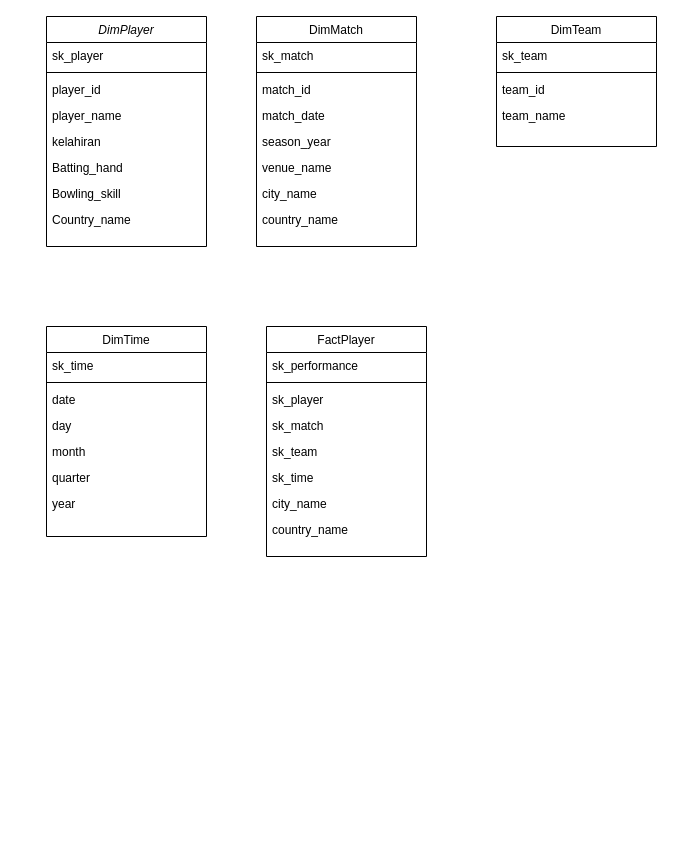
xturus138/SkemaDatawarehouse keeps this draw.io diagram as datawarehouse_diagram.drawio. Above is the earlier version. Source tidied: cells renumbered, new cells numbered last; positions are measured from the earlier drawing's top-left corner, leaving out a move shared by most shapes. Both pictures are drawn from the tidied source at 100%, with x=0, y=0 at pixel (46, 16).
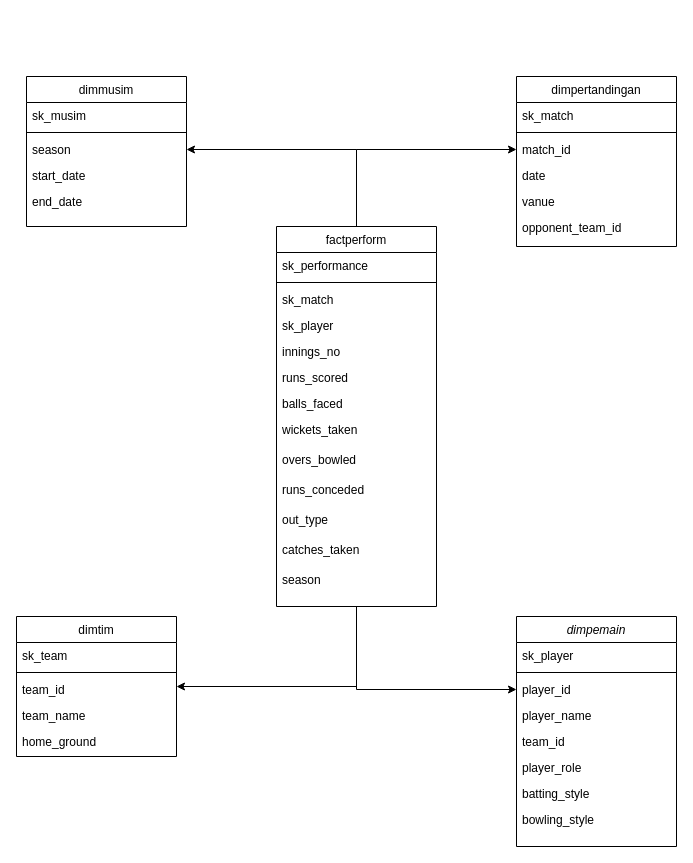
After the change.

Unchanged cells that the change refers to:
```xml
<mxCell id="5" value="player_id" style="text;align=left;verticalAlign=top;spacingLeft=4;spacingRight=4;overflow=hidden;points=[[0,0.5],[1,0.5]];portConstraint=eastwest;" parent="2" vertex="1">
  <mxGeometry y="60" width="160" height="26" as="geometry" />
</mxCell>
<mxCell id="14" value="match_id" style="text;align=left;verticalAlign=top;spacingLeft=4;spacingRight=4;overflow=hidden;points=[[0,0.5],[1,0.5]];portConstraint=eastwest;" parent="11" vertex="1">
  <mxGeometry y="60" width="160" height="26" as="geometry" />
</mxCell>
```

What changed in the source:
```diff
@@
-    <mxCell id="2" value="DimPlayer" style="swimlane;fontStyle=2;align=center;verticalAlign=top;horizontal=1;startSize=26;rounded=0;shadow=0;strokeWidth=1;" parent="1" vertex="1">
-      <mxGeometry width="160" height="230" as="geometry" />
+    <mxCell id="2" value="dimpemain" style="swimlane;fontStyle=2;align=center;verticalAlign=top;horizontal=1;startSize=26;rounded=0;shadow=0;strokeWidth=1;" parent="1" vertex="1">
+      <mxGeometry x="470" y="600" width="160" height="230" as="geometry" />
     </mxCell>
@@
-    <mxCell id="7" value="kelahiran" style="text;align=left;verticalAlign=top;spacingLeft=4;spacingRight=4;overflow=hidden;" parent="2" vertex="1">
+    <mxCell id="7" value="team_id" style="text;align=left;verticalAlign=top;spacingLeft=4;spacingRight=4;overflow=hidden;" parent="2" vertex="1">
       <mxGeometry y="112" width="160" height="26" as="geometry" />
     </mxCell>
-    <mxCell id="8" value="Batting_hand" style="text;align=left;verticalAlign=top;spacingLeft=4;spacingRight=4;overflow=hidden;" parent="2" vertex="1">
+    <mxCell id="8" value="player_role" style="text;align=left;verticalAlign=top;spacingLeft=4;spacingRight=4;overflow=hidden;" parent="2" vertex="1">
       <mxGeometry y="138" width="160" height="26" as="geometry" />
     </mxCell>
-    <mxCell id="9" value="Bowling_skill" style="text;align=left;verticalAlign=top;spacingLeft=4;spacingRight=4;overflow=hidden;" parent="2" vertex="1">
+    <mxCell id="9" value="batting_style" style="text;align=left;verticalAlign=top;spacingLeft=4;spacingRight=4;overflow=hidden;" parent="2" vertex="1">
       <mxGeometry y="164" width="160" height="26" as="geometry" />
     </mxCell>
-    <mxCell id="10" value="Country_name" style="text;align=left;verticalAlign=top;spacingLeft=4;spacingRight=4;overflow=hidden;" parent="2" vertex="1">
+    <mxCell id="10" value="bowling_style" style="text;align=left;verticalAlign=top;spacingLeft=4;spacingRight=4;overflow=hidden;" parent="2" vertex="1">
       <mxGeometry y="190" width="160" height="26" as="geometry" />
     </mxCell>
-    <mxCell id="11" value="DimMatch" style="swimlane;fontStyle=0;align=center;verticalAlign=top;horizontal=1;startSize=26;rounded=0;shadow=0;strokeWidth=1;" parent="1" vertex="1">
-      <mxGeometry x="210" width="160" height="230" as="geometry" />
+    <mxCell id="11" value="dimpertandingan" style="swimlane;fontStyle=0;align=center;verticalAlign=top;horizontal=1;startSize=26;rounded=0;shadow=0;strokeWidth=1;" parent="1" vertex="1">
+      <mxGeometry x="470" y="60" width="160" height="170" as="geometry" />
     </mxCell>
@@
-    <mxCell id="15" value="match_date" style="text;align=left;verticalAlign=top;spacingLeft=4;spacingRight=4;overflow=hidden;" parent="11" vertex="1">
+    <mxCell id="15" value="date" style="text;align=left;verticalAlign=top;spacingLeft=4;spacingRight=4;overflow=hidden;" parent="11" vertex="1">
       <mxGeometry y="86" width="160" height="26" as="geometry" />
     </mxCell>
-    <mxCell id="16" value="season_year" style="text;align=left;verticalAlign=top;spacingLeft=4;spacingRight=4;overflow=hidden;" parent="11" vertex="1">
-      <mxGeometry y="112" width="160" height="26" as="geometry" />
-    </mxCell>
-    <mxCell id="17" value="venue_name" style="text;align=left;verticalAlign=top;spacingLeft=4;spacingRight=4;overflow=hidden;" parent="11" vertex="1">
-      <mxGeometry y="138" width="160" height="26" as="geometry" />
+    <mxCell id="17" value="vanue" style="text;align=left;verticalAlign=top;spacingLeft=4;spacingRight=4;overflow=hidden;" parent="11" vertex="1">
+      <mxGeometry y="112" width="160" height="26" as="geometry" />
     </mxCell>
-    <mxCell id="18" value="city_name" style="text;align=left;verticalAlign=top;spacingLeft=4;spacingRight=4;overflow=hidden;" parent="11" vertex="1">
-      <mxGeometry y="164" width="160" height="26" as="geometry" />
+    <mxCell id="18" value="opponent_team_id" style="text;align=left;verticalAlign=top;spacingLeft=4;spacingRight=4;overflow=hidden;" parent="11" vertex="1">
+      <mxGeometry y="138" width="160" height="26" as="geometry" />
     </mxCell>
-    <mxCell id="19" value="country_name" style="text;align=left;verticalAlign=top;spacingLeft=4;spacingRight=4;overflow=hidden;" parent="11" vertex="1">
-      <mxGeometry y="190" width="160" height="40" as="geometry" />
-    </mxCell>
-    <mxCell id="20" value="DimTeam" style="swimlane;fontStyle=0;align=center;verticalAlign=top;horizontal=1;startSize=26;rounded=0;shadow=0;strokeWidth=1;" parent="1" vertex="1">
-      <mxGeometry x="450" width="160" height="130" as="geometry" />
+    <mxCell id="20" value="dimtim" style="swimlane;fontStyle=0;align=center;verticalAlign=top;horizontal=1;startSize=26;rounded=0;shadow=0;strokeWidth=1;" parent="1" vertex="1">
+      <mxGeometry x="-30" y="600" width="160" height="140" as="geometry" />
     </mxCell>
@@
+    <mxCell id="42" value="home_ground" style="text;align=left;verticalAlign=top;spacingLeft=4;spacingRight=4;overflow=hidden;" parent="20" vertex="1">
+      <mxGeometry y="112" width="160" height="28" as="geometry" />
+    </mxCell>
-    <mxCell id="25" value="DimTime" style="swimlane;fontStyle=0;align=center;verticalAlign=top;horizontal=1;startSize=26;rounded=0;shadow=0;strokeWidth=1;" parent="1" vertex="1">
-      <mxGeometry y="310" width="160" height="210" as="geometry" />
+    <mxCell id="25" value="dimmusim" style="swimlane;fontStyle=0;align=center;verticalAlign=top;horizontal=1;startSize=26;rounded=0;shadow=0;strokeWidth=1;" parent="1" vertex="1">
+      <mxGeometry x="-20" y="60" width="160" height="150" as="geometry" />
     </mxCell>
-    <mxCell id="26" value="sk_time" style="text;align=left;verticalAlign=top;spacingLeft=4;spacingRight=4;overflow=hidden;" parent="25" vertex="1">
+    <mxCell id="26" value="sk_musim" style="text;align=left;verticalAlign=top;spacingLeft=4;spacingRight=4;overflow=hidden;" parent="25" vertex="1">
       <mxGeometry y="26" width="160" height="26" as="geometry" />
     </mxCell>
@@
-    <mxCell id="28" value="date" style="text;align=left;verticalAlign=top;spacingLeft=4;spacingRight=4;overflow=hidden;points=[[0,0.5],[1,0.5]];portConstraint=eastwest;" parent="25" vertex="1">
+    <mxCell id="28" value="season" style="text;align=left;verticalAlign=top;spacingLeft=4;spacingRight=4;overflow=hidden;points=[[0,0.5],[1,0.5]];portConstraint=eastwest;" parent="25" vertex="1">
       <mxGeometry y="60" width="160" height="26" as="geometry" />
     </mxCell>
-    <mxCell id="29" value="day" style="text;align=left;verticalAlign=top;spacingLeft=4;spacingRight=4;overflow=hidden;" parent="25" vertex="1">
+    <mxCell id="29" value="start_date" style="text;align=left;verticalAlign=top;spacingLeft=4;spacingRight=4;overflow=hidden;" parent="25" vertex="1">
       <mxGeometry y="86" width="160" height="26" as="geometry" />
     </mxCell>
-    <mxCell id="30" value="month" style="text;align=left;verticalAlign=top;spacingLeft=4;spacingRight=4;overflow=hidden;" parent="25" vertex="1">
+    <mxCell id="30" value="end_date" style="text;align=left;verticalAlign=top;spacingLeft=4;spacingRight=4;overflow=hidden;" parent="25" vertex="1">
       <mxGeometry y="112" width="160" height="26" as="geometry" />
     </mxCell>
-    <mxCell id="31" value="quarter" style="text;align=left;verticalAlign=top;spacingLeft=4;spacingRight=4;overflow=hidden;" parent="25" vertex="1">
-      <mxGeometry y="138" width="160" height="26" as="geometry" />
-    </mxCell>
-    <mxCell id="32" value="year" style="text;align=left;verticalAlign=top;spacingLeft=4;spacingRight=4;overflow=hidden;" parent="25" vertex="1">
-      <mxGeometry y="164" width="160" height="26" as="geometry" />
-    </mxCell>
+    <mxCell id="43" style="edgeStyle=orthogonalEdgeStyle;rounded=0;jettySize=auto;html=1;entryX=1;entryY=0.5;entryDx=0;entryDy=0;exitX=0.5;exitY=1;exitDx=0;exitDy=0;" parent="1" edge="1" source="33" target="20">
+      <mxGeometry relative="1" as="geometry" />
+    </mxCell>
+    <mxCell id="44" style="edgeStyle=orthogonalEdgeStyle;rounded=0;jettySize=auto;html=1;entryX=0;entryY=0.5;entryDx=0;entryDy=0;" parent="1" edge="1" source="33" target="5">
+      <mxGeometry relative="1" as="geometry" />
+    </mxCell>
-    <mxCell id="33" value="FactPlayer" style="swimlane;fontStyle=0;align=center;verticalAlign=top;horizontal=1;startSize=26;rounded=0;shadow=0;strokeWidth=1;" parent="1" vertex="1">
-      <mxGeometry x="220" y="310" width="160" height="230" as="geometry" />
+    <mxCell id="33" value="factperform&#10;" style="swimlane;fontStyle=0;align=center;verticalAlign=top;horizontal=1;startSize=26;rounded=0;shadow=0;strokeWidth=1;" parent="1" vertex="1">
+      <mxGeometry x="230" y="210" width="160" height="380" as="geometry" />
     </mxCell>
@@
-    <mxCell id="36" value="sk_player" style="text;align=left;verticalAlign=top;spacingLeft=4;spacingRight=4;overflow=hidden;" parent="33" vertex="1">
+    <mxCell id="36" value="sk_match" style="text;align=left;verticalAlign=top;spacingLeft=4;spacingRight=4;overflow=hidden;" parent="33" vertex="1">
       <mxGeometry y="60" width="160" height="26" as="geometry" />
     </mxCell>
-    <mxCell id="37" value="sk_match" style="text;align=left;verticalAlign=top;spacingLeft=4;spacingRight=4;overflow=hidden;" parent="33" vertex="1">
+    <mxCell id="37" value="sk_player" style="text;align=left;verticalAlign=top;spacingLeft=4;spacingRight=4;overflow=hidden;" parent="33" vertex="1">
       <mxGeometry y="86" width="160" height="26" as="geometry" />
     </mxCell>
-    <mxCell id="38" value="sk_team" style="text;align=left;verticalAlign=top;spacingLeft=4;spacingRight=4;overflow=hidden;" parent="33" vertex="1">
+    <mxCell id="38" value="innings_no" style="text;align=left;verticalAlign=top;spacingLeft=4;spacingRight=4;overflow=hidden;" parent="33" vertex="1">
       <mxGeometry y="112" width="160" height="26" as="geometry" />
     </mxCell>
-    <mxCell id="39" value="sk_time" style="text;align=left;verticalAlign=top;spacingLeft=4;spacingRight=4;overflow=hidden;" parent="33" vertex="1">
+    <mxCell id="39" value="runs_scored" style="text;align=left;verticalAlign=top;spacingLeft=4;spacingRight=4;overflow=hidden;" parent="33" vertex="1">
       <mxGeometry y="138" width="160" height="26" as="geometry" />
     </mxCell>
-    <mxCell id="40" value="city_name" style="text;align=left;verticalAlign=top;spacingLeft=4;spacingRight=4;overflow=hidden;" parent="33" vertex="1">
+    <mxCell id="40" value="balls_faced" style="text;align=left;verticalAlign=top;spacingLeft=4;spacingRight=4;overflow=hidden;" parent="33" vertex="1">
       <mxGeometry y="164" width="160" height="26" as="geometry" />
     </mxCell>
-    <mxCell id="41" value="country_name" style="text;align=left;verticalAlign=top;spacingLeft=4;spacingRight=4;overflow=hidden;" parent="33" vertex="1">
-      <mxGeometry y="190" width="160" height="40" as="geometry" />
+    <mxCell id="41" value="wickets_taken" style="text;align=left;verticalAlign=top;spacingLeft=4;spacingRight=4;overflow=hidden;" parent="33" vertex="1">
+      <mxGeometry y="190" width="160" height="30" as="geometry" />
     </mxCell>
+    <mxCell id="45" value="overs_bowled" style="text;align=left;verticalAlign=top;spacingLeft=4;spacingRight=4;overflow=hidden;" parent="33" vertex="1">
+      <mxGeometry y="220" width="160" height="30" as="geometry" />
+    </mxCell>
+    <mxCell id="46" value="runs_conceded" style="text;align=left;verticalAlign=top;spacingLeft=4;spacingRight=4;overflow=hidden;" parent="33" vertex="1">
+      <mxGeometry y="250" width="160" height="30" as="geometry" />
+    </mxCell>
+    <mxCell id="47" value="out_type" style="text;align=left;verticalAlign=top;spacingLeft=4;spacingRight=4;overflow=hidden;" parent="33" vertex="1">
+      <mxGeometry y="280" width="160" height="30" as="geometry" />
+    </mxCell>
+    <mxCell id="48" value="catches_taken" style="text;align=left;verticalAlign=top;spacingLeft=4;spacingRight=4;overflow=hidden;" parent="33" vertex="1">
+      <mxGeometry y="310" width="160" height="30" as="geometry" />
+    </mxCell>
+    <mxCell id="49" value="season" style="text;align=left;verticalAlign=top;spacingLeft=4;spacingRight=4;overflow=hidden;" parent="33" vertex="1">
+      <mxGeometry y="340" width="160" height="30" as="geometry" />
+    </mxCell>
+    <mxCell id="50" style="edgeStyle=orthogonalEdgeStyle;rounded=0;jettySize=auto;html=1;entryX=1;entryY=0.5;entryDx=0;entryDy=0;exitX=0.5;exitY=0;exitDx=0;exitDy=0;" parent="1" edge="1" source="33" target="28">
+      <mxGeometry relative="1" as="geometry" />
+    </mxCell>
+    <mxCell id="51" style="edgeStyle=orthogonalEdgeStyle;rounded=0;jettySize=auto;html=1;entryX=0;entryY=0.5;entryDx=0;entryDy=0;exitX=0.5;exitY=0;exitDx=0;exitDy=0;" parent="1" edge="1" source="33" target="14">
+      <mxGeometry relative="1" as="geometry" />
+    </mxCell>
```
